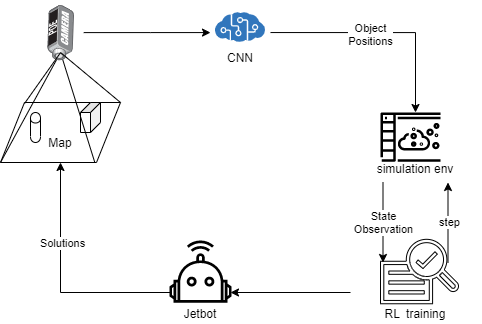
This is main.png from Capstone-robotics-at-home/Capstone_sim, a draw.io export, as it was before one commit. Source tidied: cells renumbered, new cells last; positions are measured from the earlier drawing's top-left corner, leaving out a move shared by most shapes. The source it was exported from:
```xml
<mxGraphModel>
  <root>
    <mxCell id="0" />
    <mxCell id="1" parent="0" />
    <mxCell id="2" value="State&lt;br&gt;Observation" style="edgeStyle=orthogonalEdgeStyle;rounded=0;jettySize=auto;html=1;exitX=0.25;exitY=1;exitDx=0;exitDy=0;entryX=0.25;entryY=0;entryDx=0;entryDy=0;" parent="1" edge="1" source="3" target="7">
      <mxGeometry relative="1" as="geometry" />
    </mxCell>
    <mxCell id="3" value="&lt;br&gt;&lt;br&gt;&lt;br&gt;simulation env" style="rounded=0;whiteSpace=wrap;html=1;strokeColor=none;fillColor=none;" parent="1" vertex="1">
      <mxGeometry x="350" y="110" width="130" height="70" as="geometry" />
    </mxCell>
    <mxCell id="4" style="edgeStyle=orthogonalEdgeStyle;rounded=0;jettySize=auto;html=1;" parent="1" edge="1" source="7" target="10">
      <mxGeometry relative="1" as="geometry" />
    </mxCell>
    <mxCell id="5" style="edgeStyle=orthogonalEdgeStyle;rounded=0;jettySize=auto;html=1;exitX=0.75;exitY=0;exitDx=0;exitDy=0;entryX=0.75;entryY=1;entryDx=0;entryDy=0;" parent="1" edge="1" source="7" target="3">
      <mxGeometry relative="1" as="geometry" />
    </mxCell>
    <mxCell id="6" value="step" style="edgeLabel;html=1;align=center;verticalAlign=middle;" parent="5" vertex="1">
      <mxGeometry x="0.21" y="-1" relative="1" as="geometry">
        <mxPoint y="8.3" as="offset" />
      </mxGeometry>
    </mxCell>
    <mxCell id="7" value="&lt;br&gt;&lt;br&gt;&lt;br&gt;RL&amp;nbsp; training" style="rounded=0;whiteSpace=wrap;html=1;fillColor=none;strokeColor=none;" parent="1" vertex="1">
      <mxGeometry x="350" y="260" width="130" height="60" as="geometry" />
    </mxCell>
    <mxCell id="8" style="edgeStyle=orthogonalEdgeStyle;rounded=0;jettySize=auto;html=1;exitX=0;exitY=0.5;exitDx=0;exitDy=0;entryX=0.5;entryY=1;entryDx=0;entryDy=0;" parent="1" edge="1" source="10">
      <mxGeometry relative="1" as="geometry">
        <mxPoint x="60" y="160" as="targetPoint" />
      </mxGeometry>
    </mxCell>
    <mxCell id="9" value="Solutions" style="edgeLabel;html=1;align=center;verticalAlign=middle;" parent="8" vertex="1">
      <mxGeometry x="0.33" y="-2" relative="1" as="geometry" />
    </mxCell>
    <mxCell id="10" value="&lt;br&gt;&lt;br&gt;&lt;br&gt;Jetbot" style="rounded=0;whiteSpace=wrap;html=1;fillColor=none;strokeColor=none;" parent="1" vertex="1">
      <mxGeometry x="170" y="260" width="60" height="60" as="geometry" />
    </mxCell>
    <mxCell id="11" style="group;" parent="1" vertex="1">
      <mxGeometry y="100" width="120" height="60" as="geometry" />
    </mxCell>
    <mxCell id="12" style="shape=parallelogram;perimeter=parallelogramPerimeter;whiteSpace=wrap;html=1;" parent="11" vertex="1">
      <mxGeometry width="120" height="60" as="geometry" />
    </mxCell>
    <mxCell id="13" style="shape=cylinder;whiteSpace=wrap;html=1;boundedLbl=1;backgroundOutline=1;" parent="11" vertex="1">
      <mxGeometry x="30" y="10" width="10" height="30" as="geometry" />
    </mxCell>
    <mxCell id="14" style="shape=cube;whiteSpace=wrap;html=1;boundedLbl=1;backgroundOutline=1;darkOpacity=0.05;darkOpacity2=0.1;size=10;direction=south;" parent="11" vertex="1">
      <mxGeometry x="80" width="20" height="30" as="geometry" />
    </mxCell>
    <mxCell id="15" value="Map" style="text;html=1;strokeColor=none;fillColor=none;align=center;verticalAlign=middle;whiteSpace=wrap;rounded=0;" parent="11" vertex="1">
      <mxGeometry x="40" y="30" width="40" height="20" as="geometry" />
    </mxCell>
    <mxCell id="16" style="endArrow=none;html=1;" parent="11" edge="1">
      <mxGeometry relative="1" as="geometry">
        <mxPoint y="60" as="sourcePoint" />
        <mxPoint x="60" y="-50" as="targetPoint" />
      </mxGeometry>
    </mxCell>
    <mxCell id="17" style="endArrow=none;html=1;exitX=0.786;exitY=1;exitDx=0;exitDy=0;exitPerimeter=0;" parent="11" edge="1" source="12">
      <mxGeometry relative="1" as="geometry">
        <mxPoint x="60" y="-50" as="targetPoint" />
      </mxGeometry>
    </mxCell>
    <mxCell id="18" style="edgeStyle=orthogonalEdgeStyle;rounded=0;jettySize=auto;html=1;" parent="1" edge="1" source="19" target="24">
      <mxGeometry relative="1" as="geometry" />
    </mxCell>
    <mxCell id="19" style="points=[];html=1;align=center;shadow=0;dashed=0;image;image=img/lib/allied_telesis/security/POE_DVS_Camera.svg;rotation=-60;" parent="1" vertex="1">
      <mxGeometry x="34.5" y="10" width="51" height="40.2" as="geometry" />
    </mxCell>
    <mxCell id="20" style="endArrow=none;html=1;exitX=0.2;exitY=0.017;exitDx=0;exitDy=0;exitPerimeter=0;" parent="1" edge="1" source="12">
      <mxGeometry relative="1" as="geometry">
        <mxPoint x="60" y="50.2" as="targetPoint" />
      </mxGeometry>
    </mxCell>
    <mxCell id="21" style="endArrow=none;html=1;exitX=1;exitY=0;exitDx=0;exitDy=0;" parent="1" edge="1" source="12">
      <mxGeometry relative="1" as="geometry">
        <mxPoint x="60" y="50" as="targetPoint" />
      </mxGeometry>
    </mxCell>
    <mxCell id="22" style="edgeStyle=orthogonalEdgeStyle;rounded=0;jettySize=auto;html=1;exitX=1;exitY=0.5;exitDx=0;exitDy=0;" parent="1" edge="1" source="24" target="3">
      <mxGeometry relative="1" as="geometry" />
    </mxCell>
    <mxCell id="23" value="Object&lt;br&gt;Positions" style="edgeLabel;html=1;align=center;verticalAlign=middle;" parent="22" vertex="1">
      <mxGeometry x="-0.12" y="-2" relative="1" as="geometry" />
    </mxCell>
    <mxCell id="24" value="&lt;br&gt;&lt;br&gt;&lt;br&gt;CNN" style="whiteSpace=wrap;html=1;shadow=0;dashed=0;verticalAlign=top;labelBackgroundColor=white;strokeColor=none;fillColor=none;" parent="1" vertex="1">
      <mxGeometry x="210" y="0.1" width="60" height="59.9" as="geometry" />
    </mxCell>
    <mxCell id="25" style="fontColor=#232F3E;gradientColor=none;strokeColor=none;dashed=0;verticalLabelPosition=bottom;verticalAlign=top;align=center;html=1;fontSize=12;fontStyle=0;shape=mxgraph.aws4.simulation;fillColor=#000000;" parent="1" vertex="1">
      <mxGeometry x="380" y="110" width="60" height="49.2" as="geometry" />
    </mxCell>
    <mxCell id="26" style="html=1;align=center;image;fontSize=12;image=img/lib/mscae/Cognitive_Services.svg;fillColor=#000000;" parent="1" vertex="1">
      <mxGeometry x="215" y="10" width="50" height="30" as="geometry" />
    </mxCell>
    <mxCell id="27" style="fontColor=#232F3E;gradientColor=#FE5151;gradientDirection=north;dashed=0;verticalLabelPosition=bottom;verticalAlign=top;align=center;html=1;fontSize=12;fontStyle=0;shape=mxgraph.aws4.resourceIcon;resIcon=mxgraph.aws4.robotics;fillColor=none;strokeColor=none;" parent="1" vertex="1">
      <mxGeometry x="161" y="230" width="78" height="78" as="geometry" />
    </mxCell>
    <mxCell id="28" style="fontColor=#232F3E;gradientColor=none;dashed=0;verticalLabelPosition=bottom;verticalAlign=top;align=center;html=1;fontSize=12;fontStyle=0;shape=mxgraph.aws4.sagemaker_train;fillColor=none;" parent="1" vertex="1">
      <mxGeometry x="380" y="236.5" width="78" height="65" as="geometry" />
    </mxCell>
  </root>
</mxGraphModel>
```
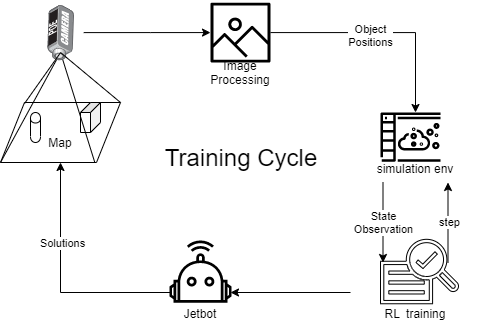
The same diagram one commit later.

Diff of the diagram source:
```diff
@@ -59,7 +59,7 @@
         <mxPoint x="60" y="-50" as="targetPoint" />
       </mxGeometry>
     </mxCell>
-    <mxCell id="18" style="edgeStyle=orthogonalEdgeStyle;rounded=0;jettySize=auto;html=1;" parent="1" edge="1" source="19" target="24">
+    <mxCell id="18" style="edgeStyle=orthogonalEdgeStyle;rounded=0;jettySize=auto;html=1;" parent="1" edge="1" source="19" target="29">
       <mxGeometry relative="1" as="geometry" />
     </mxCell>
     <mxCell id="19" style="points=[];html=1;align=center;shadow=0;dashed=0;image;image=img/lib/allied_telesis/security/POE_DVS_Camera.svg;rotation=-60;" parent="1" vertex="1">
@@ -75,26 +75,29 @@
         <mxPoint x="60" y="50" as="targetPoint" />
       </mxGeometry>
     </mxCell>
-    <mxCell id="22" style="edgeStyle=orthogonalEdgeStyle;rounded=0;jettySize=auto;html=1;exitX=1;exitY=0.5;exitDx=0;exitDy=0;" parent="1" edge="1" source="24" target="3">
+    <mxCell id="22" style="edgeStyle=orthogonalEdgeStyle;rounded=0;jettySize=auto;html=1;" parent="1" edge="1" source="29" target="3">
       <mxGeometry relative="1" as="geometry" />
     </mxCell>
     <mxCell id="23" value="Object&lt;br&gt;Positions" style="edgeLabel;html=1;align=center;verticalAlign=middle;" parent="22" vertex="1">
       <mxGeometry x="-0.12" y="-2" relative="1" as="geometry" />
     </mxCell>
-    <mxCell id="24" value="&lt;br&gt;&lt;br&gt;&lt;br&gt;CNN" style="whiteSpace=wrap;html=1;shadow=0;dashed=0;verticalAlign=top;labelBackgroundColor=white;strokeColor=none;fillColor=none;" parent="1" vertex="1">
-      <mxGeometry x="210" y="0.1" width="60" height="59.9" as="geometry" />
-    </mxCell>
     <mxCell id="25" style="fontColor=#232F3E;gradientColor=none;strokeColor=none;dashed=0;verticalLabelPosition=bottom;verticalAlign=top;align=center;html=1;fontSize=12;fontStyle=0;shape=mxgraph.aws4.simulation;fillColor=#000000;" parent="1" vertex="1">
       <mxGeometry x="380" y="110" width="60" height="49.2" as="geometry" />
     </mxCell>
-    <mxCell id="26" style="html=1;align=center;image;fontSize=12;image=img/lib/mscae/Cognitive_Services.svg;fillColor=#000000;" parent="1" vertex="1">
-      <mxGeometry x="215" y="10" width="50" height="30" as="geometry" />
-    </mxCell>
     <mxCell id="27" style="fontColor=#232F3E;gradientColor=#FE5151;gradientDirection=north;dashed=0;verticalLabelPosition=bottom;verticalAlign=top;align=center;html=1;fontSize=12;fontStyle=0;shape=mxgraph.aws4.resourceIcon;resIcon=mxgraph.aws4.robotics;fillColor=none;strokeColor=none;" parent="1" vertex="1">
       <mxGeometry x="161" y="230" width="78" height="78" as="geometry" />
     </mxCell>
     <mxCell id="28" style="fontColor=#232F3E;gradientColor=none;dashed=0;verticalLabelPosition=bottom;verticalAlign=top;align=center;html=1;fontSize=12;fontStyle=0;shape=mxgraph.aws4.sagemaker_train;fillColor=none;" parent="1" vertex="1">
       <mxGeometry x="380" y="236.5" width="78" height="65" as="geometry" />
     </mxCell>
+    <mxCell id="29" style="outlineConnect=0;fontColor=#232F3E;gradientColor=none;strokeColor=none;dashed=0;verticalLabelPosition=bottom;verticalAlign=top;align=center;html=1;fontSize=12;fontStyle=0;shape=mxgraph.aws4.container_registry_image;fillColor=#000000;" parent="1" vertex="1">
+      <mxGeometry x="210" y="0.1" width="60" height="60" as="geometry" />
+    </mxCell>
+    <mxCell id="30" value="Image&lt;br&gt;Processing&lt;br&gt;" style="text;html=1;strokeColor=none;fillColor=none;align=center;verticalAlign=middle;whiteSpace=wrap;rounded=0;" parent="1" vertex="1">
+      <mxGeometry x="205" y="60.1" width="70" height="20" as="geometry" />
+    </mxCell>
+    <mxCell id="31" value="&lt;font style=&quot;font-size: 24px&quot;&gt;Training Cycle&lt;/font&gt;" style="text;html=1;strokeColor=none;fillColor=none;align=center;verticalAlign=middle;whiteSpace=wrap;rounded=0;" parent="1" vertex="1">
+      <mxGeometry x="161" y="130" width="160" height="50" as="geometry" />
+    </mxCell>
   </root>
 </mxGraphModel>
```
